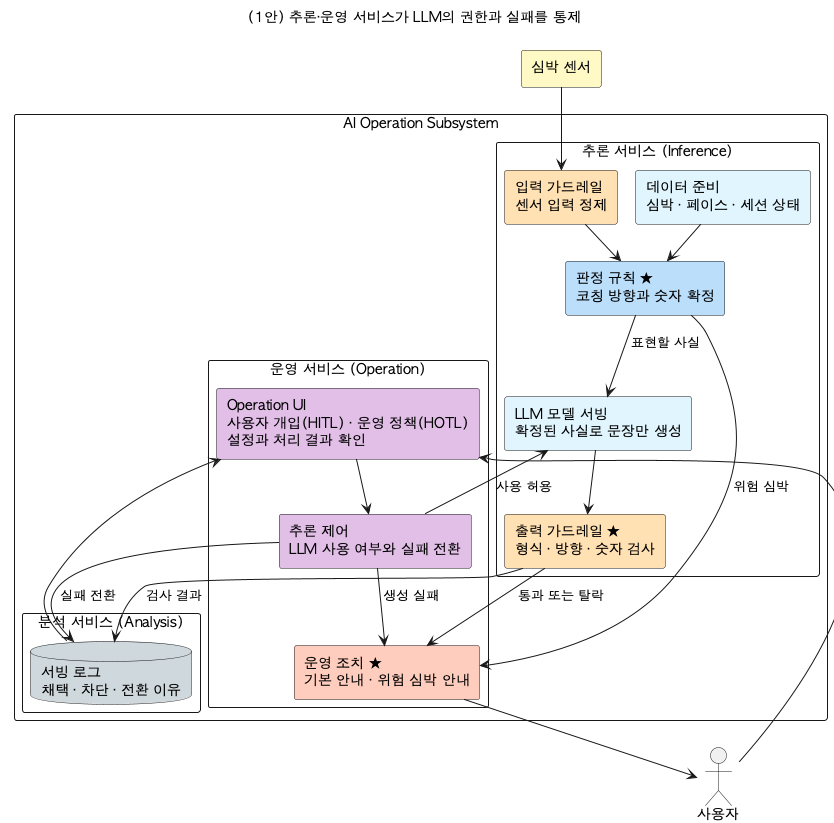
Earlier version of the PlantUML export docs/img/dp-02-controllability-adopted-simple.png (tenyearslove/zone2runner).
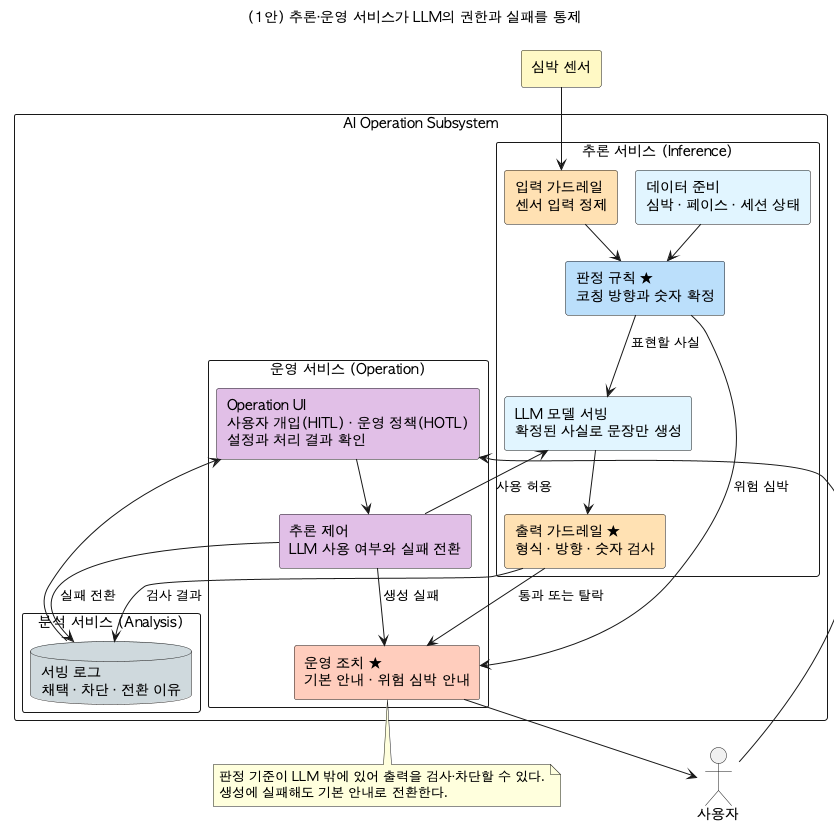
Above is the later version.

Change to the diagram source:
```diff
@@ -49,4 +49,9 @@
 ACTION --> USER
 LOG --> UI
 USER --> UI
+
+note bottom of ACTION
+  판정 기준이 LLM 밖에 있어 출력을 검사·차단할 수 있다.
+  생성에 실패해도 기본 안내로 전환한다.
+end note
 @enduml
```
